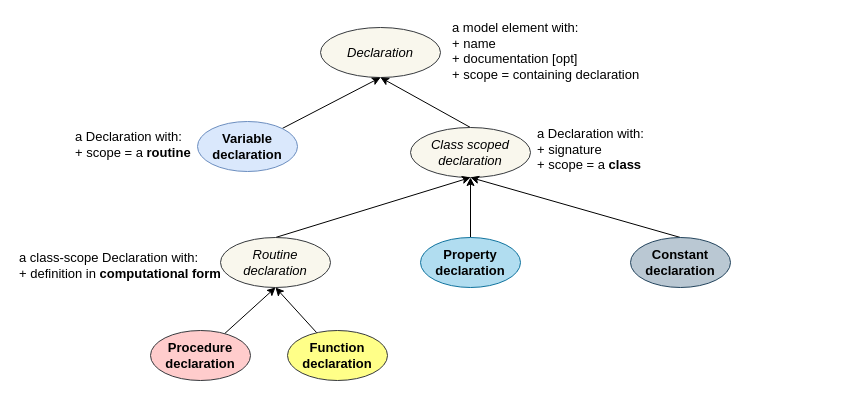
openEHR/specifications-LANG keeps this draw.io diagram as docs/bmm/diagrams/feature_taxonomy.drawio. Above is the earlier version. Source tidied: cells renumbered, new cells numbered last; positions are measured from the earlier drawing's top-left corner, leaving out a move shared by most shapes. Both pictures are drawn from the tidied source at 100%, with x=0, y=0 at pixel (17, 17).
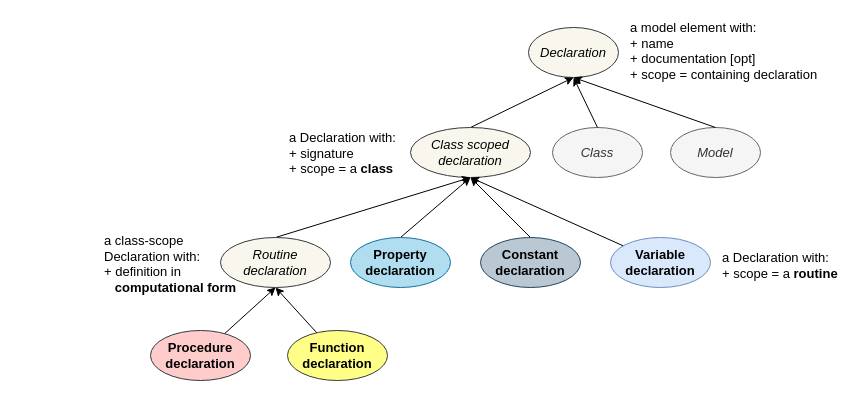
Above is the later version.

Unchanged cells that the change refers to:
```xml
<mxCell id="4" value="Class scoped declaration" style="ellipse;whiteSpace=wrap;html=1;fontSize=13;fontStyle=2;fillColor=#f9f7ed;strokeColor=#36393d;" parent="1" vertex="1">
  <mxGeometry x="393" y="110" width="120" height="50" as="geometry" />
</mxCell>
```

Diff of the diagram source:
```diff
@@
     <mxCell id="2" value="Declaration" style="ellipse;whiteSpace=wrap;html=1;fontSize=13;fontStyle=2;fillColor=#f9f7ed;strokeColor=#36393d;" parent="1" vertex="1">
-      <mxGeometry x="303" y="10" width="120" height="50" as="geometry" />
+      <mxGeometry x="511" y="10" width="90" height="50" as="geometry" />
     </mxCell>
@@
     <mxCell id="5" value="a model element with:&lt;br&gt;+ name&lt;br&gt;+ documentation [opt]&lt;br&gt;+ scope = containing declaration" style="text;html=1;align=left;verticalAlign=top;spacingTop=-4;fontSize=13;" parent="1" vertex="1">
-      <mxGeometry x="433" width="200" height="70" as="geometry" />
+      <mxGeometry x="611" width="200" height="70" as="geometry" />
     </mxCell>
@@
     <mxCell id="7" value="Constant declaration" style="ellipse;whiteSpace=wrap;html=1;fontSize=13;fontStyle=1;fillColor=#bac8d3;strokeColor=#23445d;" parent="1" vertex="1">
-      <mxGeometry x="613" y="220" width="100" height="50" as="geometry" />
+      <mxGeometry x="463" y="220" width="100" height="50" as="geometry" />
     </mxCell>
@@
     <mxCell id="9" value="Property declaration" style="ellipse;whiteSpace=wrap;html=1;fontSize=13;fontStyle=1;fillColor=#b1ddf0;strokeColor=#10739e;" parent="1" vertex="1">
-      <mxGeometry x="403" y="220" width="100" height="50" as="geometry" />
+      <mxGeometry x="333" y="220" width="100" height="50" as="geometry" />
     </mxCell>
     <mxCell id="10" value="a Declaration with:&lt;br&gt;+ signature&lt;br&gt;+ scope = a &lt;b&gt;class&lt;/b&gt;" style="text;html=1;align=left;verticalAlign=top;spacingTop=-4;fontSize=13;" parent="1" vertex="1">
-      <mxGeometry x="518" y="106" width="120" height="50" as="geometry" />
+      <mxGeometry x="270" y="110" width="120" height="50" as="geometry" />
     </mxCell>
@@
-    <mxCell id="17" style="edgeStyle=none;rounded=0;jettySize=auto;html=1;entryX=0.5;entryY=1;entryDx=0;entryDy=0;fontSize=13;" parent="1" edge="1" source="18" target="2">
+    <mxCell id="17" style="edgeStyle=none;rounded=0;jettySize=auto;html=1;entryX=0.5;entryY=1;entryDx=0;entryDy=0;fontSize=13;" parent="1" edge="1" source="18" target="4">
       <mxGeometry relative="1" as="geometry" />
     </mxCell>
     <mxCell id="18" value="Variable declaration" style="ellipse;whiteSpace=wrap;html=1;fontSize=13;fontStyle=1;fillColor=#dae8fc;strokeColor=#6c8ebf;" parent="1" vertex="1">
-      <mxGeometry x="180" y="104" width="100" height="50" as="geometry" />
+      <mxGeometry x="593" y="220" width="100" height="50" as="geometry" />
     </mxCell>
     <mxCell id="19" value="a Declaration with:&lt;br&gt;+ scope = a &lt;b&gt;routine&lt;/b&gt;" style="text;html=1;align=left;verticalAlign=top;spacingTop=-4;fontSize=13;" parent="1" vertex="1">
-      <mxGeometry x="56" y="109" width="130" height="30" as="geometry" />
+      <mxGeometry x="703" y="230" width="130" height="30" as="geometry" />
     </mxCell>
-    <mxCell id="20" value="a class-scope Declaration with:&lt;br&gt;+ definition in &lt;b&gt;computational form&lt;/b&gt;" style="text;html=1;align=left;verticalAlign=top;spacingTop=-4;fontSize=13;" parent="1" vertex="1">
-      <mxGeometry y="230" width="220" height="30" as="geometry" />
+    <mxCell id="20" value="a class-scope &lt;br&gt;Declaration with:&lt;br&gt;+ definition in &lt;br&gt;&lt;b&gt;&amp;nbsp; &amp;nbsp;computational form&lt;/b&gt;" style="text;html=1;align=left;verticalAlign=top;spacingTop=-4;fontSize=13;" parent="1" vertex="1">
+      <mxGeometry x="85" y="213" width="150" height="70" as="geometry" />
     </mxCell>
+    <mxCell id="21" value="Class" style="ellipse;whiteSpace=wrap;html=1;fontSize=13;fontStyle=2;fillColor=#f5f5f5;strokeColor=#666666;fontColor=#333333;" parent="1" vertex="1">
+      <mxGeometry x="535" y="110" width="90" height="50" as="geometry" />
+    </mxCell>
+    <mxCell id="22" style="edgeStyle=none;rounded=0;jettySize=auto;html=1;exitX=0.5;exitY=0;exitDx=0;exitDy=0;entryX=0.5;entryY=1;entryDx=0;entryDy=0;fontSize=13;" parent="1" edge="1" source="21" target="2">
+      <mxGeometry relative="1" as="geometry" />
+    </mxCell>
+    <mxCell id="23" value="Model" style="ellipse;whiteSpace=wrap;html=1;fontSize=13;fontStyle=2;fillColor=#f5f5f5;strokeColor=#666666;fontColor=#333333;" parent="1" vertex="1">
+      <mxGeometry x="653" y="110" width="90" height="50" as="geometry" />
+    </mxCell>
+    <mxCell id="24" style="edgeStyle=none;rounded=0;jettySize=auto;html=1;exitX=0.5;exitY=0;exitDx=0;exitDy=0;entryX=0.5;entryY=1;entryDx=0;entryDy=0;fontSize=13;" parent="1" edge="1" source="23" target="2">
+      <mxGeometry relative="1" as="geometry" />
+    </mxCell>
```
